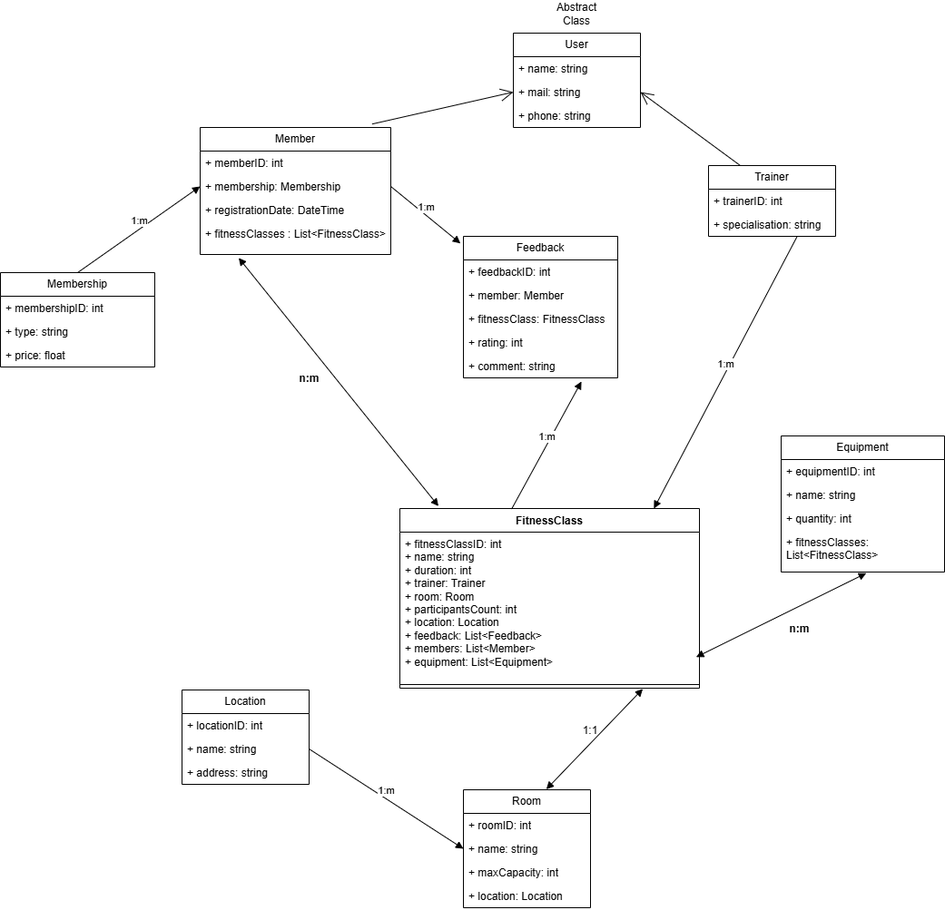
This is FitnessAppUML.png from Danamat07/FitnessApp, a draw.io export, as it was before one commit. Source tidied: cells renumbered, new cells last; positions are measured from the earlier drawing's top-left corner, leaving out a move shared by most shapes.
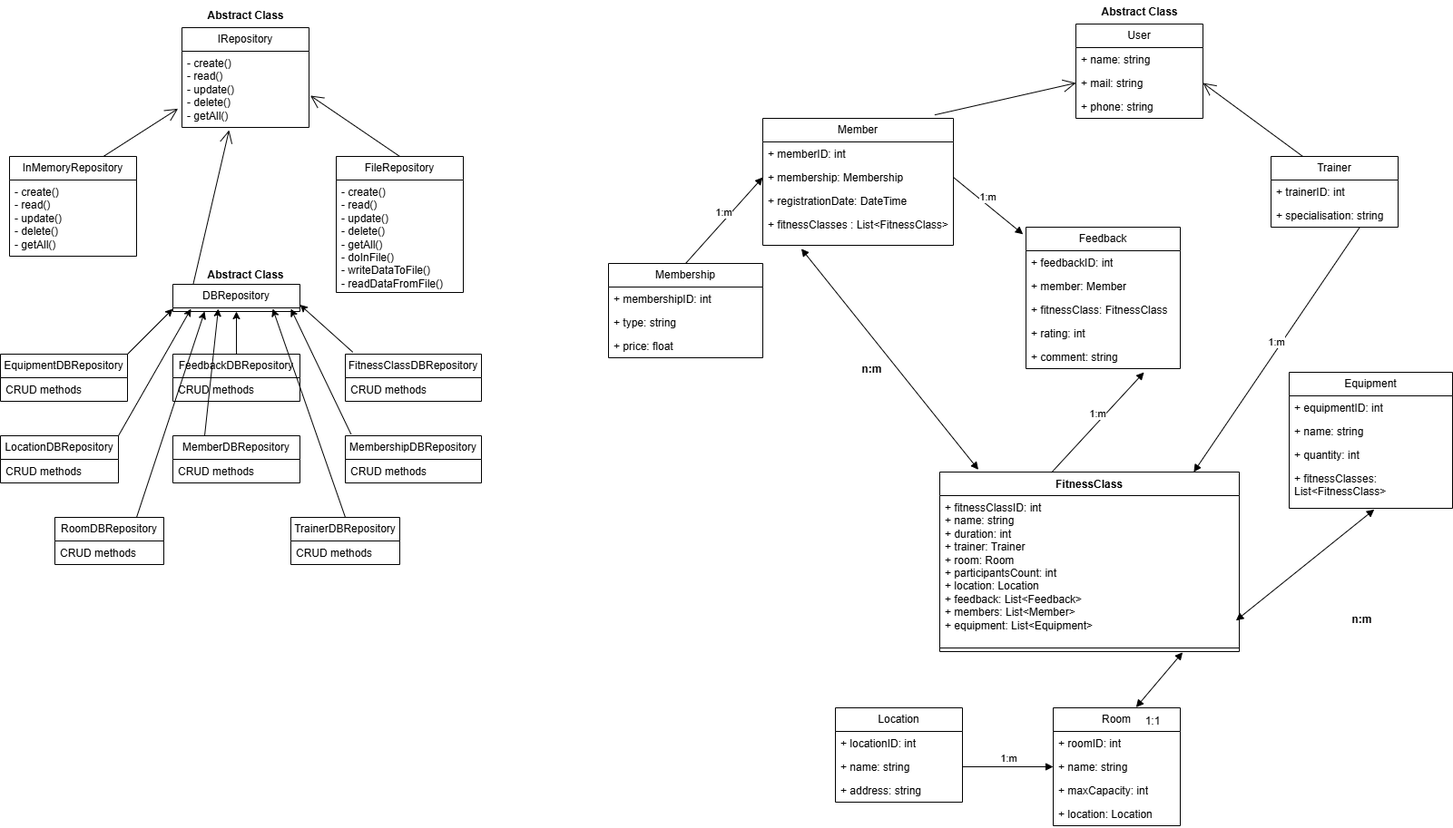
The same diagram one commit later.

Diff of the diagram source:
```diff
@@ -18,7 +18,7 @@
       <mxGeometry y="104" width="210" height="36" as="geometry" />
     </mxCell>
     <mxCell id="7" value="Membership" style="swimlane;fontStyle=0;horizontal=1;startSize=26;fillColor=none;whiteSpace=wrap;html=1;" parent="1" vertex="1">
-      <mxGeometry y="300" width="170" height="104" as="geometry" />
+      <mxGeometry x="50" y="300" width="170" height="104" as="geometry" />
     </mxCell>
     <mxCell id="8" value="+ membershipID: int" style="text;strokeColor=none;fillColor=none;align=left;verticalAlign=top;spacingLeft=4;spacingRight=4;overflow=hidden;whiteSpace=wrap;html=1;" parent="7" vertex="1">
       <mxGeometry y="26" width="170" height="26" as="geometry" />
@@ -48,7 +48,7 @@
       <mxGeometry y="130" width="170" height="26" as="geometry" />
     </mxCell>
     <mxCell id="17" value="FitnessClass" style="swimlane;fontStyle=1;align=center;verticalAlign=top;horizontal=1;startSize=26;whiteSpace=wrap;html=1;" parent="1" vertex="1">
-      <mxGeometry x="440" y="560" width="330" height="198" as="geometry" />
+      <mxGeometry x="415" y="530" width="330" height="198" as="geometry" />
     </mxCell>
     <mxCell id="18" value="+ fitnessClassID: int&lt;div&gt;+ name: string&lt;/div&gt;&lt;div&gt;+ duration: int&lt;/div&gt;&lt;div&gt;+ trainer: Trainer&lt;/div&gt;&lt;div&gt;+ room: Room&lt;/div&gt;&lt;div&gt;+ participantsCount: int&lt;/div&gt;&lt;div&gt;+ location: Location&lt;/div&gt;&lt;div&gt;+ feedback: List&amp;lt;Feedback&amp;gt;&lt;/div&gt;&lt;div&gt;+ members: List&amp;lt;Member&amp;gt;&lt;/div&gt;&lt;div&gt;+ equipment: List&amp;lt;Equipment&amp;gt;&lt;/div&gt;" style="text;strokeColor=none;fillColor=none;align=left;verticalAlign=top;spacingLeft=4;spacingRight=4;overflow=hidden;points=[[0,0.5],[1,0.5]];portConstraint=eastwest;whiteSpace=wrap;html=1;" parent="17" vertex="1">
       <mxGeometry y="26" width="330" height="164" as="geometry" />
@@ -57,7 +57,7 @@
       <mxGeometry y="190" width="330" height="8" as="geometry" />
     </mxCell>
     <mxCell id="20" value="Equipment" style="swimlane;fontStyle=0;horizontal=1;startSize=26;fillColor=none;whiteSpace=wrap;html=1;" parent="1" vertex="1">
-      <mxGeometry x="860" y="480" width="180" height="150" as="geometry" />
+      <mxGeometry x="800" y="420" width="180" height="150" as="geometry" />
     </mxCell>
     <mxCell id="21" value="+ equipmentID: int" style="text;strokeColor=none;fillColor=none;align=left;verticalAlign=top;spacingLeft=4;spacingRight=4;overflow=hidden;whiteSpace=wrap;html=1;" parent="20" vertex="1">
       <mxGeometry y="26" width="180" height="26" as="geometry" />
@@ -81,7 +81,7 @@
       <mxGeometry y="52" width="140" height="26" as="geometry" />
     </mxCell>
     <mxCell id="28" value="Location" style="swimlane;fontStyle=0;horizontal=1;startSize=26;fillColor=none;whiteSpace=wrap;html=1;" parent="1" vertex="1">
-      <mxGeometry x="200" y="760" width="140" height="104" as="geometry" />
+      <mxGeometry x="300" y="790" width="140" height="104" as="geometry" />
     </mxCell>
     <mxCell id="29" value="+ locationID: int" style="text;strokeColor=none;fillColor=none;align=left;verticalAlign=top;spacingLeft=4;spacingRight=4;overflow=hidden;whiteSpace=wrap;html=1;" parent="28" vertex="1">
       <mxGeometry y="26" width="140" height="26" as="geometry" />
@@ -93,7 +93,7 @@
       <mxGeometry y="78" width="140" height="26" as="geometry" />
     </mxCell>
     <mxCell id="32" value="Room" style="swimlane;fontStyle=0;horizontal=1;startSize=26;fillColor=none;whiteSpace=wrap;html=1;" parent="1" vertex="1">
-      <mxGeometry x="510" y="870" width="140" height="130" as="geometry" />
+      <mxGeometry x="540" y="790" width="140" height="130" as="geometry" />
     </mxCell>
     <mxCell id="33" value="+ roomID: int" style="text;strokeColor=none;fillColor=none;align=left;verticalAlign=top;spacingLeft=4;spacingRight=4;overflow=hidden;whiteSpace=wrap;html=1;" parent="32" vertex="1">
       <mxGeometry y="26" width="140" height="26" as="geometry" />
@@ -146,9 +146,6 @@
     <mxCell id="49" style="endArrow=open;endFill=1;endSize=12;html=1;rounded=0;entryX=1;entryY=0.5;entryDx=0;entryDy=0;exitX=0.25;exitY=0;exitDx=0;exitDy=0;" parent="1" edge="1" source="25" target="39">
       <mxGeometry relative="1" as="geometry" />
     </mxCell>
-    <mxCell id="50" value="Abstract Class" style="text;html=1;align=center;verticalAlign=middle;whiteSpace=wrap;rounded=0;" parent="1" vertex="1">
-      <mxGeometry x="605" width="60" height="30" as="geometry" />
-    </mxCell>
     <mxCell id="51" style="endArrow=block;startArrow=block;endFill=1;startFill=1;html=1;rounded=0;exitX=0.202;exitY=1.104;exitDx=0;exitDy=0;exitPerimeter=0;entryX=0.129;entryY=-0.013;entryDx=0;entryDy=0;entryPerimeter=0;" parent="1" edge="1" source="6" target="17">
       <mxGeometry relative="1" as="geometry" />
     </mxCell>
@@ -161,5 +158,129 @@
     <mxCell id="54" value="n:m" style="text;align=center;fontStyle=1;verticalAlign=middle;spacingLeft=3;spacingRight=3;strokeColor=none;html=1;" parent="1" vertex="1">
       <mxGeometry x="840" y="680" width="80" height="26" as="geometry" />
     </mxCell>
+    <mxCell id="55" value="IRepository" style="swimlane;fontStyle=0;horizontal=1;startSize=26;fillColor=none;whiteSpace=wrap;html=1;" parent="1" vertex="1">
+      <mxGeometry x="-420" y="40" width="140" height="110" as="geometry" />
+    </mxCell>
+    <mxCell id="56" value="&lt;div&gt;- create()&lt;/div&gt;&lt;div&gt;- read()&lt;/div&gt;&lt;div&gt;- update()&lt;/div&gt;&lt;div&gt;- delete()&lt;/div&gt;&lt;div&gt;- getAll()&lt;/div&gt;" style="text;strokeColor=none;fillColor=none;align=left;verticalAlign=top;spacingLeft=4;spacingRight=4;overflow=hidden;points=[[0,0.5],[1,0.5]];portConstraint=eastwest;whiteSpace=wrap;html=1;" parent="55" vertex="1">
+      <mxGeometry y="26" width="140" height="84" as="geometry" />
+    </mxCell>
+    <mxCell id="57" value="Abstract Class" style="text;align=center;fontStyle=1;verticalAlign=middle;spacingLeft=3;spacingRight=3;strokeColor=none;html=1;" parent="1" vertex="1">
+      <mxGeometry x="-390" y="14" width="80" height="26" as="geometry" />
+    </mxCell>
+    <mxCell id="58" value="InMemoryRepository" style="swimlane;fontStyle=0;horizontal=1;startSize=26;fillColor=none;whiteSpace=wrap;html=1;" parent="1" vertex="1">
+      <mxGeometry x="-610" y="182" width="140" height="110" as="geometry" />
+    </mxCell>
+    <mxCell id="59" value="&lt;div&gt;- create()&lt;/div&gt;&lt;div&gt;- read()&lt;/div&gt;&lt;div&gt;- update()&lt;/div&gt;&lt;div&gt;- delete()&lt;/div&gt;&lt;div&gt;- getAll()&lt;/div&gt;" style="text;strokeColor=none;fillColor=none;align=left;verticalAlign=top;spacingLeft=4;spacingRight=4;overflow=hidden;whiteSpace=wrap;html=1;" parent="58" vertex="1">
+      <mxGeometry y="26" width="140" height="84" as="geometry" />
+    </mxCell>
+    <mxCell id="60" value="FileRepository" style="swimlane;fontStyle=0;horizontal=1;startSize=26;fillColor=none;whiteSpace=wrap;html=1;" parent="1" vertex="1">
+      <mxGeometry x="-250" y="182" width="140" height="150" as="geometry" />
+    </mxCell>
+    <mxCell id="61" value="&lt;div&gt;- create()&lt;/div&gt;&lt;div&gt;- read()&lt;/div&gt;&lt;div&gt;- update()&lt;/div&gt;&lt;div&gt;- delete()&lt;/div&gt;&lt;div&gt;- getAll()&lt;/div&gt;&lt;div&gt;- doInFile()&lt;/div&gt;&lt;div&gt;- writeDataToFile()&lt;/div&gt;&lt;div&gt;- readDataFromFile()&lt;/div&gt;" style="text;strokeColor=none;fillColor=none;align=left;verticalAlign=top;spacingLeft=4;spacingRight=4;overflow=hidden;whiteSpace=wrap;html=1;" parent="60" vertex="1">
+      <mxGeometry y="26" width="140" height="124" as="geometry" />
+    </mxCell>
+    <mxCell id="62" value="DBRepository" style="swimlane;fontStyle=0;horizontal=1;startSize=26;fillColor=none;whiteSpace=wrap;html=1;" parent="1" vertex="1">
+      <mxGeometry x="-430" y="323" width="140" height="30" as="geometry" />
+    </mxCell>
+    <mxCell id="63" value="Abstract Class" style="text;align=center;fontStyle=1;verticalAlign=middle;spacingLeft=3;spacingRight=3;strokeColor=none;html=1;" parent="1" vertex="1">
+      <mxGeometry x="-390" y="300" width="80" height="26" as="geometry" />
+    </mxCell>
+    <mxCell id="64" value="Abstract Class" style="text;align=center;fontStyle=1;verticalAlign=middle;spacingLeft=3;spacingRight=3;strokeColor=none;html=1;" parent="1" vertex="1">
+      <mxGeometry x="595" y="10" width="80" height="26" as="geometry" />
+    </mxCell>
+    <mxCell id="65" style="endArrow=open;endFill=1;endSize=12;html=1;rounded=0;exitX=0.161;exitY=-0.025;exitDx=0;exitDy=0;entryX=0.371;entryY=1.036;entryDx=0;entryDy=0;entryPerimeter=0;exitPerimeter=0;" parent="1" edge="1" source="62" target="56">
+      <mxGeometry relative="1" as="geometry" />
+    </mxCell>
+    <mxCell id="66" style="endArrow=open;endFill=1;endSize=12;html=1;rounded=0;exitX=0.1;exitY=0.006;exitDx=0;exitDy=0;exitPerimeter=0;entryX=-0.031;entryY=0.754;entryDx=0;entryDy=0;entryPerimeter=0;" parent="1" edge="1" target="56">
+      <mxGeometry relative="1" as="geometry">
+        <mxPoint x="-506.5" y="182" as="sourcePoint" />
+      </mxGeometry>
+    </mxCell>
+    <mxCell id="67" style="endArrow=open;endFill=1;endSize=12;html=1;rounded=0;exitX=0.5;exitY=0;exitDx=0;exitDy=0;entryX=1.011;entryY=0.583;entryDx=0;entryDy=0;entryPerimeter=0;" parent="1" edge="1" source="60" target="56">
+      <mxGeometry relative="1" as="geometry" />
+    </mxCell>
+    <mxCell id="68" value="EquipmentDBRepository" style="swimlane;fontStyle=0;horizontal=1;startSize=26;fillColor=none;whiteSpace=wrap;html=1;" parent="1" vertex="1">
+      <mxGeometry x="-620" y="400" width="140" height="52" as="geometry" />
+    </mxCell>
+    <mxCell id="69" value="CRUD methods" style="text;strokeColor=none;fillColor=none;align=left;verticalAlign=top;spacingLeft=4;spacingRight=4;overflow=hidden;whiteSpace=wrap;html=1;" parent="68" vertex="1">
+      <mxGeometry y="26" width="140" height="26" as="geometry" />
+    </mxCell>
+    <mxCell id="70" value="FeedbackDBRepository" style="swimlane;fontStyle=0;horizontal=1;startSize=26;fillColor=none;whiteSpace=wrap;html=1;" parent="1" vertex="1">
+      <mxGeometry x="-430" y="400" width="140" height="52" as="geometry" />
+    </mxCell>
+    <mxCell id="71" value="CRUD methods" style="text;strokeColor=none;fillColor=none;align=left;verticalAlign=top;spacingLeft=4;spacingRight=4;overflow=hidden;whiteSpace=wrap;html=1;" parent="70" vertex="1">
+      <mxGeometry y="26" width="140" height="26" as="geometry" />
+    </mxCell>
+    <mxCell id="72" value="FitnessClassDBRepository" style="swimlane;fontStyle=0;horizontal=1;startSize=26;fillColor=none;whiteSpace=wrap;html=1;" parent="1" vertex="1">
+      <mxGeometry x="-240" y="400" width="150" height="52" as="geometry" />
+    </mxCell>
+    <mxCell id="73" value="CRUD methods" style="text;strokeColor=none;fillColor=none;align=left;verticalAlign=top;spacingLeft=4;spacingRight=4;overflow=hidden;whiteSpace=wrap;html=1;" parent="72" vertex="1">
+      <mxGeometry y="26" width="150" height="26" as="geometry" />
+    </mxCell>
+    <mxCell id="74" value="LocationDBRepository" style="swimlane;fontStyle=0;horizontal=1;startSize=26;fillColor=none;whiteSpace=wrap;html=1;" parent="1" vertex="1">
+      <mxGeometry x="-620" y="490" width="130" height="52" as="geometry" />
+    </mxCell>
+    <mxCell id="75" value="CRUD methods" style="text;strokeColor=none;fillColor=none;align=left;verticalAlign=top;spacingLeft=4;spacingRight=4;overflow=hidden;whiteSpace=wrap;html=1;" parent="74" vertex="1">
+      <mxGeometry y="26" width="130" height="26" as="geometry" />
+    </mxCell>
+    <mxCell id="76" value="MemberDBRepository" style="swimlane;fontStyle=0;horizontal=1;startSize=26;fillColor=none;whiteSpace=wrap;html=1;" parent="1" vertex="1">
+      <mxGeometry x="-430" y="490" width="140" height="52" as="geometry" />
+    </mxCell>
+    <mxCell id="77" value="CRUD methods" style="text;strokeColor=none;fillColor=none;align=left;verticalAlign=top;spacingLeft=4;spacingRight=4;overflow=hidden;whiteSpace=wrap;html=1;" parent="76" vertex="1">
+      <mxGeometry y="26" width="140" height="26" as="geometry" />
+    </mxCell>
+    <mxCell id="78" value="MembershipDBRepository" style="swimlane;fontStyle=0;horizontal=1;startSize=26;fillColor=none;whiteSpace=wrap;html=1;" parent="1" vertex="1">
+      <mxGeometry x="-240" y="490" width="150" height="52" as="geometry" />
+    </mxCell>
+    <mxCell id="79" value="CRUD methods" style="text;strokeColor=none;fillColor=none;align=left;verticalAlign=top;spacingLeft=4;spacingRight=4;overflow=hidden;whiteSpace=wrap;html=1;" parent="78" vertex="1">
+      <mxGeometry y="26" width="150" height="26" as="geometry" />
+    </mxCell>
+    <mxCell id="80" value="RoomDBRepository" style="swimlane;fontStyle=0;horizontal=1;startSize=26;fillColor=none;whiteSpace=wrap;html=1;" parent="1" vertex="1">
+      <mxGeometry x="-560" y="580" width="120" height="52" as="geometry" />
+    </mxCell>
+    <mxCell id="81" value="CRUD methods" style="text;strokeColor=none;fillColor=none;align=left;verticalAlign=top;spacingLeft=4;spacingRight=4;overflow=hidden;whiteSpace=wrap;html=1;" parent="80" vertex="1">
+      <mxGeometry y="26" width="120" height="26" as="geometry" />
+    </mxCell>
+    <mxCell id="82" value="TrainerDBRepository" style="swimlane;fontStyle=0;horizontal=1;startSize=26;fillColor=none;whiteSpace=wrap;html=1;" parent="1" vertex="1">
+      <mxGeometry x="-300" y="580" width="120" height="52" as="geometry" />
+    </mxCell>
+    <mxCell id="83" value="CRUD methods" style="text;strokeColor=none;fillColor=none;align=left;verticalAlign=top;spacingLeft=4;spacingRight=4;overflow=hidden;whiteSpace=wrap;html=1;" parent="82" vertex="1">
+      <mxGeometry y="26" width="120" height="26" as="geometry" />
+    </mxCell>
+    <mxCell id="84" style="endArrow=classic;html=1;rounded=0;" parent="1" edge="1">
+      <mxGeometry relative="1" as="geometry">
+        <mxPoint x="-480" y="400" as="sourcePoint" />
+        <mxPoint x="-430" y="350" as="targetPoint" />
+      </mxGeometry>
+    </mxCell>
+    <mxCell id="85" style="endArrow=classic;html=1;rounded=0;entryX=1;entryY=0.75;entryDx=0;entryDy=0;exitX=0.055;exitY=-0.042;exitDx=0;exitDy=0;exitPerimeter=0;" parent="1" edge="1" source="72" target="62">
+      <mxGeometry relative="1" as="geometry" />
+    </mxCell>
+    <mxCell id="86" style="endArrow=classic;html=1;rounded=0;entryX=0.5;entryY=1;entryDx=0;entryDy=0;exitX=0.5;exitY=0;exitDx=0;exitDy=0;" parent="1" edge="1" source="70" target="62">
+      <mxGeometry relative="1" as="geometry" />
+    </mxCell>
+    <mxCell id="87" style="endArrow=classic;html=1;rounded=0;exitX=0.042;exitY=-0.033;exitDx=0;exitDy=0;exitPerimeter=0;" parent="1" edge="1" source="78">
+      <mxGeometry relative="1" as="geometry">
+        <mxPoint x="-300" y="350" as="targetPoint" />
+      </mxGeometry>
+    </mxCell>
+    <mxCell id="88" style="endArrow=classic;html=1;rounded=0;exitX=0.5;exitY=0;exitDx=0;exitDy=0;" parent="1" edge="1" source="82">
+      <mxGeometry relative="1" as="geometry">
+        <mxPoint x="-320" y="350" as="targetPoint" />
+      </mxGeometry>
+    </mxCell>
+    <mxCell id="89" style="endArrow=classic;html=1;rounded=0;exitX=1;exitY=0;exitDx=0;exitDy=0;" parent="1" edge="1" source="74">
+      <mxGeometry relative="1" as="geometry">
+        <mxPoint x="-410" y="350" as="targetPoint" />
+      </mxGeometry>
+    </mxCell>
+    <mxCell id="90" style="endArrow=classic;html=1;rounded=0;exitX=0.25;exitY=0;exitDx=0;exitDy=0;" parent="1" edge="1" source="76">
+      <mxGeometry relative="1" as="geometry">
+        <mxPoint x="-380" y="350" as="targetPoint" />
+      </mxGeometry>
+    </mxCell>
+    <mxCell id="91" style="endArrow=classic;html=1;rounded=0;exitX=0.75;exitY=0;exitDx=0;exitDy=0;entryX=0.25;entryY=1;entryDx=0;entryDy=0;" parent="1" edge="1" source="80" target="62">
+      <mxGeometry relative="1" as="geometry" />
+    </mxCell>
   </root>
 </mxGraphModel>
```
